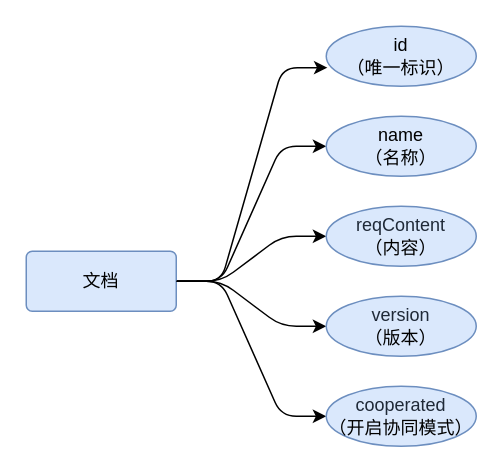
Before: spc(E-R).drawio in ColinCongDu/chart, a draw.io diagram. Source tidied: cells renumbered, new cells numbered last; positions are measured from the earlier drawing's top-left corner, leaving out a move shared by most shapes. Both pictures are drawn from the tidied source at 150%, with x=0, y=0 at pixel (26, 26).
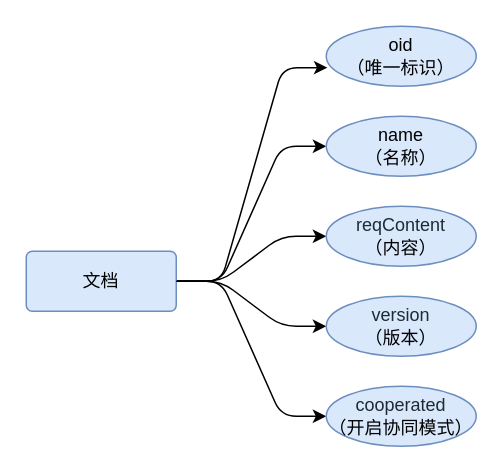
After the change.

Diff of the diagram source:
```diff
@@
 <mxGraphModel>
   <root>
     <mxCell id="0" />
     <mxCell id="1" parent="0" />
     <mxCell id="2" style="edgeStyle=entityRelationEdgeStyle;rounded=1;jettySize=auto;html=1;entryX=0;entryY=0.5;entryDx=0;entryDy=0;strokeColor=default;align=center;verticalAlign=middle;fontFamily=Helvetica;fontSize=11;fontColor=default;labelBackgroundColor=default;endArrow=classic;curved=0;" parent="1" edge="1" source="6" target="8">
       <mxGeometry relative="1" as="geometry" />
     </mxCell>
     <mxCell id="3" style="edgeStyle=entityRelationEdgeStyle;rounded=1;jettySize=auto;html=1;curved=0;" parent="1" edge="1" source="6" target="10">
       <mxGeometry relative="1" as="geometry" />
     </mxCell>
     <mxCell id="4" style="edgeStyle=entityRelationEdgeStyle;rounded=1;jettySize=auto;html=1;entryX=0;entryY=0.5;entryDx=0;entryDy=0;strokeColor=default;align=center;verticalAlign=middle;fontFamily=Helvetica;fontSize=11;fontColor=default;labelBackgroundColor=default;endArrow=classic;" parent="1" edge="1" source="6" target="9">
       <mxGeometry relative="1" as="geometry" />
     </mxCell>
     <mxCell id="5" style="edgeStyle=entityRelationEdgeStyle;rounded=1;jettySize=auto;html=1;entryX=0;entryY=0.5;entryDx=0;entryDy=0;strokeColor=default;align=center;verticalAlign=middle;fontFamily=Helvetica;fontSize=11;fontColor=default;labelBackgroundColor=default;endArrow=classic;" parent="1" edge="1" source="6" target="11">
       <mxGeometry relative="1" as="geometry" />
     </mxCell>
     <mxCell id="6" value="文档" style="rounded=1;arcSize=10;whiteSpace=wrap;html=1;align=center;fillColor=#dae8fc;strokeColor=#6c8ebf;" parent="1" vertex="1">
       <mxGeometry y="150" width="100" height="40" as="geometry" />
     </mxCell>
-    <mxCell id="7" value="id&lt;div&gt;（唯一标识）&lt;/div&gt;" style="ellipse;whiteSpace=wrap;html=1;align=center;fillColor=#dae8fc;strokeColor=#6c8ebf;" parent="1" vertex="1">
+    <mxCell id="7" value="oid&lt;br&gt;&lt;div&gt;（唯一标识）&lt;/div&gt;" style="ellipse;whiteSpace=wrap;html=1;align=center;fillColor=#dae8fc;strokeColor=#6c8ebf;" parent="1" vertex="1">
       <mxGeometry x="200" width="100" height="40" as="geometry" />
     </mxCell>
     <mxCell id="8" value="name&lt;br&gt;&lt;div&gt;（名称）&lt;/div&gt;" style="ellipse;whiteSpace=wrap;html=1;align=center;strokeColor=#6c8ebf;verticalAlign=middle;fontFamily=Helvetica;fontSize=12;fontColor=default;fillColor=#dae8fc;" parent="1" vertex="1">
       <mxGeometry x="200" y="60" width="100" height="40" as="geometry" />
     </mxCell>
     <mxCell id="9" value="&lt;span style=&quot;color: rgb(31, 41, 55); font-family: AlibabaPuHuiTi-3-55-Regular; text-align: left; text-wrap-mode: nowrap;&quot;&gt;version&lt;/span&gt;&lt;br&gt;&lt;div&gt;（版本）&lt;/div&gt;" style="ellipse;whiteSpace=wrap;html=1;align=center;strokeColor=#6c8ebf;verticalAlign=middle;fontFamily=Helvetica;fontSize=12;fontColor=default;fillColor=#dae8fc;" parent="1" vertex="1">
       <mxGeometry x="200" y="180" width="100" height="40" as="geometry" />
     </mxCell>
     <mxCell id="10" value="&lt;span&gt;&lt;span style=&quot;color: rgb(31, 41, 55); font-family: AlibabaPuHuiTi-3-55-Regular; text-align: left; text-wrap-mode: nowrap;&quot;&gt;reqContent&lt;/span&gt;&lt;br&gt;&lt;/span&gt;&lt;div&gt;&lt;span&gt;（内容&lt;/span&gt;&lt;span&gt;）&lt;/span&gt;&lt;/div&gt;" style="ellipse;whiteSpace=wrap;html=1;align=center;strokeColor=#6c8ebf;verticalAlign=middle;fontFamily=Helvetica;fontSize=12;fontColor=default;fillColor=#dae8fc;" parent="1" vertex="1">
       <mxGeometry x="200" y="120" width="100" height="40" as="geometry" />
     </mxCell>
     <mxCell id="11" value="&lt;span style=&quot;color: rgb(31, 41, 55); font-family: AlibabaPuHuiTi-3-55-Regular; text-align: left; text-wrap-mode: nowrap;&quot;&gt;cooperated&lt;/span&gt;&lt;span&gt;&lt;br&gt;&lt;/span&gt;&lt;div&gt;&lt;span&gt;（开启协同模式&lt;/span&gt;&lt;span&gt;）&lt;/span&gt;&lt;/div&gt;" style="ellipse;whiteSpace=wrap;html=1;align=center;strokeColor=#6c8ebf;verticalAlign=middle;fontFamily=Helvetica;fontSize=12;fontColor=default;fillColor=#dae8fc;" parent="1" vertex="1">
       <mxGeometry x="200" y="240" width="100" height="40" as="geometry" />
     </mxCell>
     <mxCell id="12" style="edgeStyle=entityRelationEdgeStyle;rounded=1;jettySize=auto;html=1;entryX=0.008;entryY=0.69;entryDx=0;entryDy=0;entryPerimeter=0;curved=0;" parent="1" edge="1" source="6" target="7">
       <mxGeometry relative="1" as="geometry" />
     </mxCell>
   </root>
 </mxGraphModel>
```
